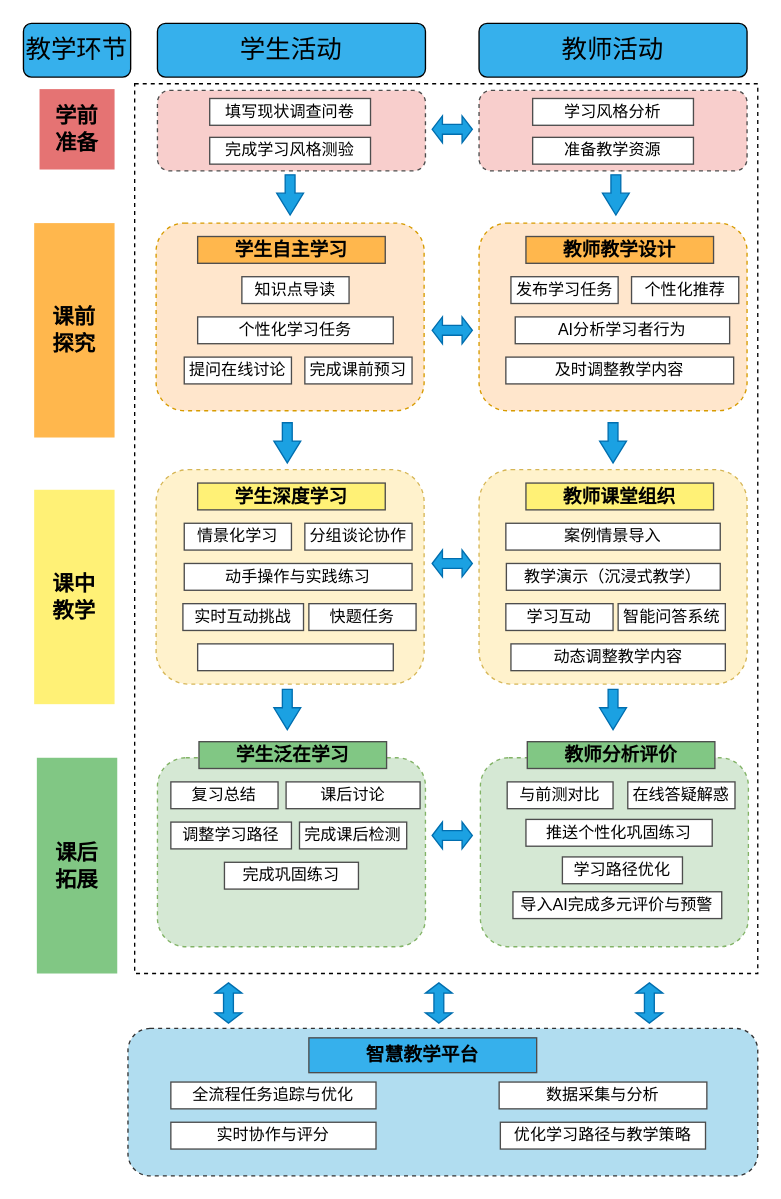
Before: 混合式教学模式框架.drawio in xewy/qimo2, a draw.io diagram. Source tidied: cells renumbered, new cells numbered last; positions are measured from the earlier drawing's top-left corner, leaving out a move shared by most shapes. Both pictures are drawn from the tidied source at 134%, with x=0, y=0 at pixel (23, 23).
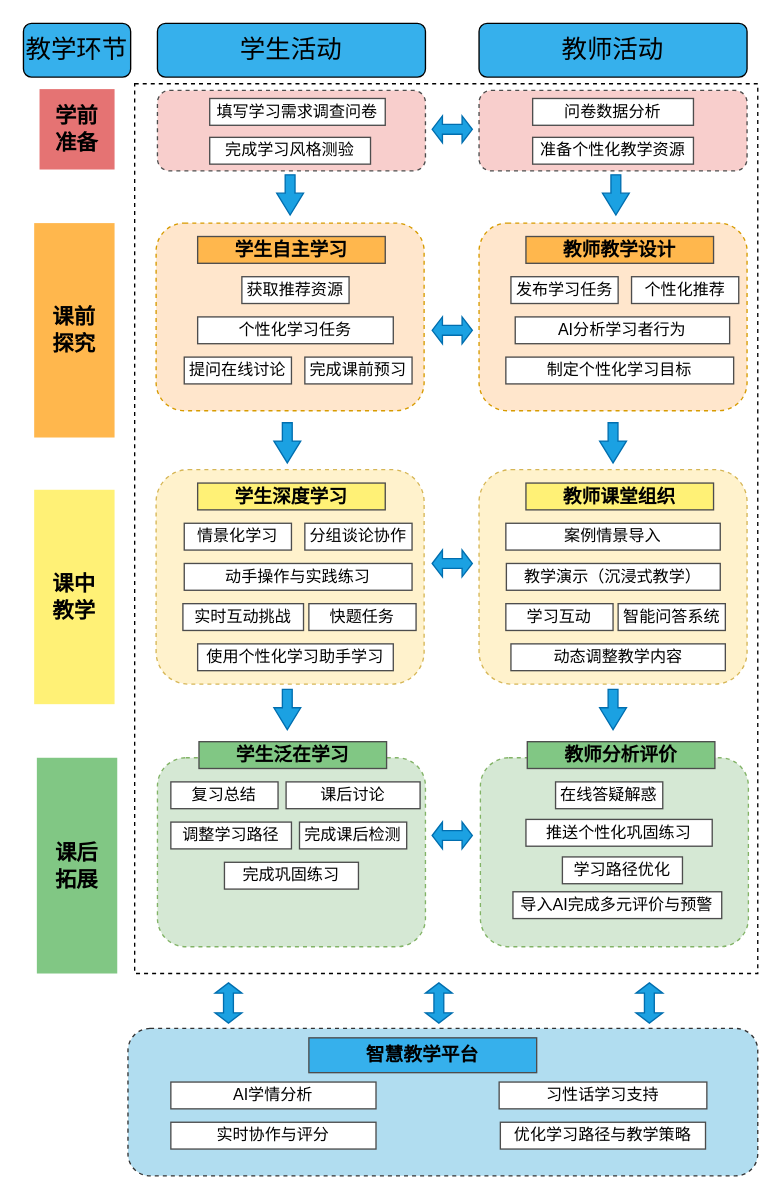
Above is the later version.

Commit message:
更新混合式教学模式框架.drawio

The edit, as a diff of the source:
```diff
@@
-    <mxCell id="12" value="填写现状调查问卷" style="rounded=0;whiteSpace=wrap;html=1;strokeWidth=1;strokeColor=#4D4D4D;" parent="1" vertex="1">
-      <mxGeometry x="139" y="56" width="120" height="20" as="geometry" />
+    <mxCell id="12" value="填写学习需求调查问卷" style="rounded=0;whiteSpace=wrap;html=1;strokeWidth=1;strokeColor=#4D4D4D;" parent="1" vertex="1">
+      <mxGeometry x="139" y="56" width="131" height="20" as="geometry" />
     </mxCell>
@@
-    <mxCell id="14" value="学习风格分析" style="rounded=0;whiteSpace=wrap;html=1;strokeWidth=1;strokeColor=#4D4D4D;" parent="1" vertex="1">
+    <mxCell id="14" value="问卷数据分析" style="rounded=0;whiteSpace=wrap;html=1;strokeWidth=1;strokeColor=#4D4D4D;" parent="1" vertex="1">
       <mxGeometry x="380" y="56" width="120" height="20" as="geometry" />
     </mxCell>
-    <mxCell id="15" value="准备教学资源" style="rounded=0;whiteSpace=wrap;html=1;strokeWidth=1;strokeColor=#4D4D4D;" parent="1" vertex="1">
+    <mxCell id="15" value="准备个性化教学资源" style="rounded=0;whiteSpace=wrap;html=1;strokeWidth=1;strokeColor=#4D4D4D;" parent="1" vertex="1">
       <mxGeometry x="380" y="85" width="120" height="20" as="geometry" />
     </mxCell>
@@
-    <mxCell id="17" value="知识点导读" style="rounded=0;whiteSpace=wrap;html=1;strokeColor=#4D4D4D;" parent="1" vertex="1">
+    <mxCell id="17" value="获取推荐资源" style="rounded=0;whiteSpace=wrap;html=1;strokeColor=#4D4D4D;" parent="1" vertex="1">
       <mxGeometry x="163" y="189" width="80" height="20" as="geometry" />
     </mxCell>
@@
-    <mxCell id="23" value="及时调整教学内容" style="rounded=0;whiteSpace=wrap;html=1;strokeColor=#4D4D4D;" parent="1" vertex="1">
+    <mxCell id="23" value="制定个性化学习目标" style="rounded=0;whiteSpace=wrap;html=1;strokeColor=#4D4D4D;" parent="1" vertex="1">
       <mxGeometry x="360" y="249" width="170" height="20" as="geometry" />
     </mxCell>
@@
-    <mxCell id="34" style="rounded=0;whiteSpace=wrap;html=1;strokeColor=#4D4D4D;" parent="1" vertex="1">
+    <mxCell id="34" value="使用个性化学习助手学习" style="rounded=0;whiteSpace=wrap;html=1;strokeColor=#4D4D4D;" parent="1" vertex="1">
       <mxGeometry x="130" y="463" width="146" height="20" as="geometry" />
     </mxCell>
@@
-    <mxCell id="49" value="与前测对比" style="rounded=0;whiteSpace=wrap;html=1;strokeColor=#4D4D4D;" parent="1" vertex="1">
-      <mxGeometry x="361" y="566" width="79" height="20" as="geometry" />
-    </mxCell>
     <mxCell id="50" value="在线答疑解惑" style="rounded=0;whiteSpace=wrap;html=1;strokeColor=#4D4D4D;" parent="1" vertex="1">
-      <mxGeometry x="451" y="566" width="80" height="20" as="geometry" />
+      <mxGeometry x="397.1" y="566" width="80" height="20" as="geometry" />
     </mxCell>
@@
-    <mxCell id="67" value="全流程任务追踪与优化" style="rounded=0;whiteSpace=wrap;html=1;strokeColor=#4D4D4D;" parent="1" vertex="1">
+    <mxCell id="67" value="AI学情分析" style="rounded=0;whiteSpace=wrap;html=1;strokeColor=#4D4D4D;" parent="1" vertex="1">
       <mxGeometry x="110" y="790" width="153.1" height="20" as="geometry" />
     </mxCell>
@@
-    <mxCell id="69" value="数据采集与分析" style="rounded=0;whiteSpace=wrap;html=1;strokeColor=#4D4D4D;" parent="1" vertex="1">
+    <mxCell id="69" value="习性话学习支持" style="rounded=0;whiteSpace=wrap;html=1;strokeColor=#4D4D4D;" parent="1" vertex="1">
       <mxGeometry x="355" y="790" width="155" height="20" as="geometry" />
     </mxCell>
```
